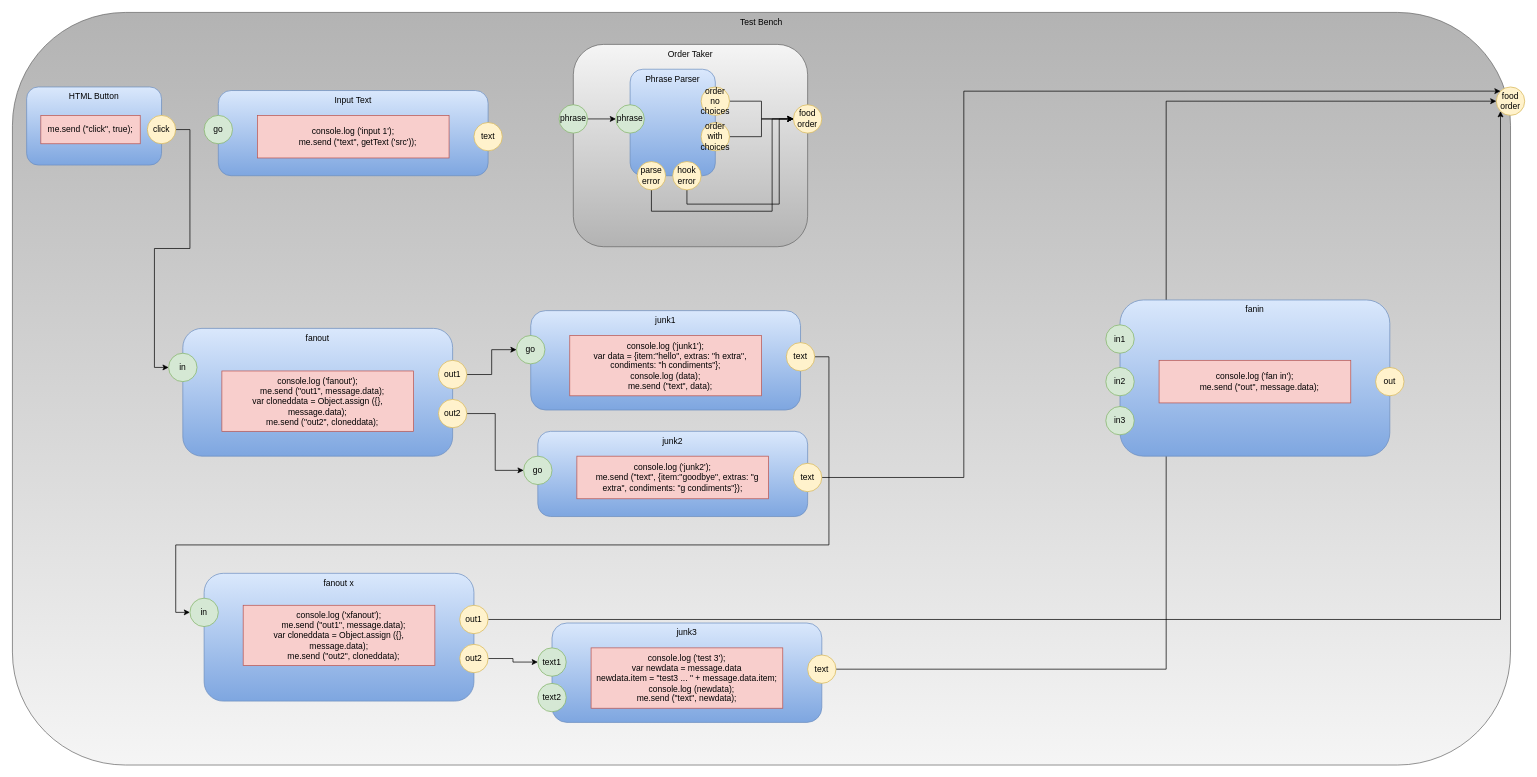
Before: testbench.drawio in guitarvydas/hamburgerworkbenchD0D, a draw.io diagram. Source tidied: cells renumbered, new cells numbered last; positions are measured from the earlier drawing's top-left corner, leaving out a move shared by most shapes. Both pictures are drawn from the tidied source at 71%, with x=0, y=0 at pixel (12, 12).
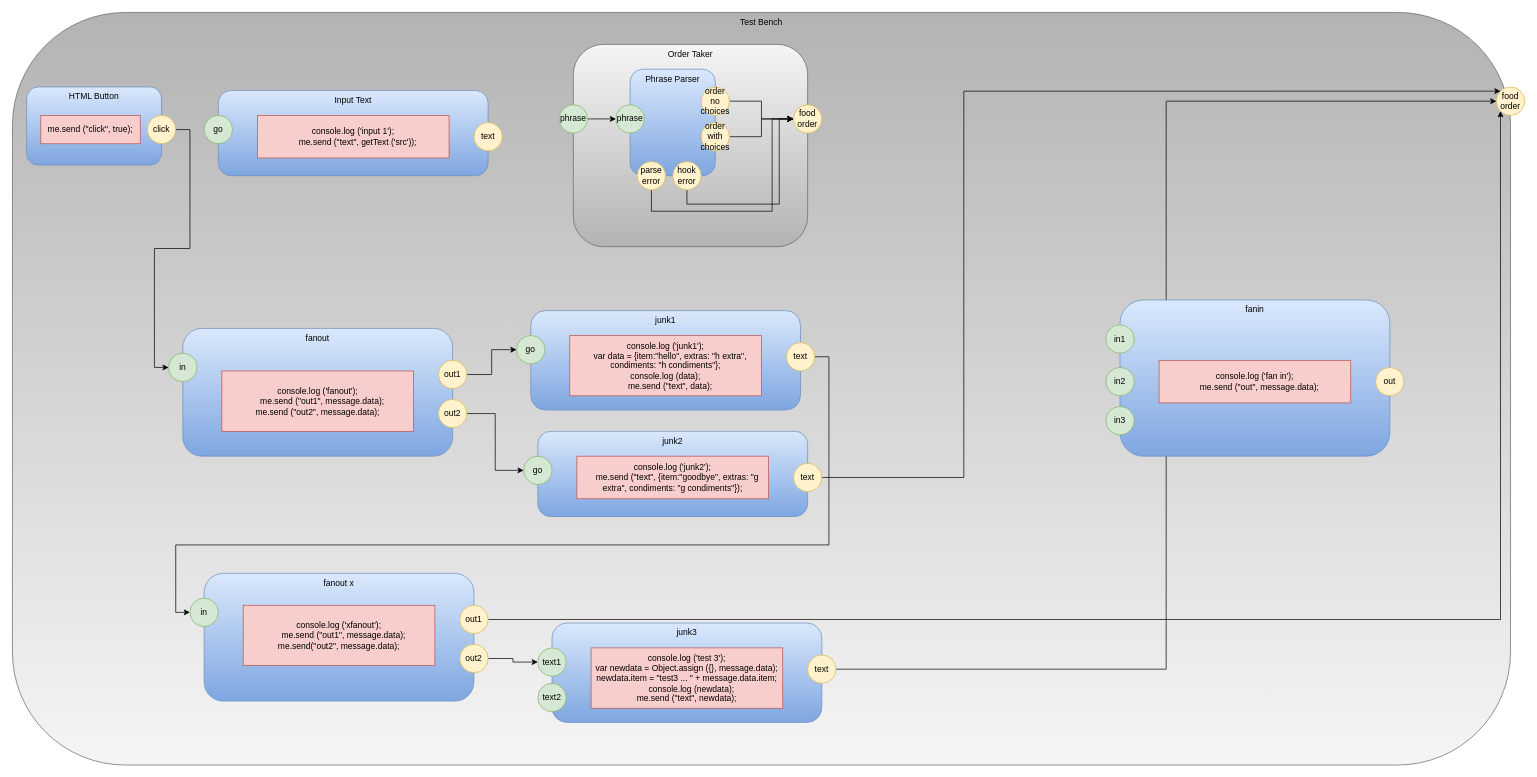
Above is the later version.

Commit message (it also covers changes not shown here):
Object.assign moved out of fanout into junk3

The edit, as a diff of the source:
```diff
@@
-    <mxCell id="40" value="&lt;div&gt;console.log ('test 3');&lt;/div&gt;&lt;div&gt;var newdata = message.data&lt;/div&gt;&lt;div&gt;newdata.item = &quot;test3 ... &quot; + message.data.item;&lt;/div&gt;&lt;div&gt;&amp;nbsp; &amp;nbsp; console.log (newdata);&lt;/div&gt;&lt;div&gt;me.send (&quot;text&quot;, newdata);&lt;/div&gt;" style="rounded=0;whiteSpace=wrap;html=1;fillColor=#f8cecc;strokeColor=#b85450;" parent="1" vertex="1">
+    <mxCell id="40" value="&lt;div&gt;console.log ('test 3');&lt;/div&gt;&lt;div&gt;var newdata = Object.assign ({}, message.data);&lt;/div&gt;&lt;div&gt;newdata.item = &quot;test3 ... &quot; + message.data.item;&lt;/div&gt;&lt;div&gt;&amp;nbsp; &amp;nbsp; console.log (newdata);&lt;/div&gt;&lt;div&gt;me.send (&quot;text&quot;, newdata);&lt;/div&gt;" style="rounded=0;whiteSpace=wrap;html=1;fillColor=#f8cecc;strokeColor=#b85450;" parent="1" vertex="1">
       <mxGeometry x="815" y="895" width="270" height="85" as="geometry" />
     </mxCell>
@@
-    <mxCell id="46" value="&lt;div&gt;console.log ('fanout');&lt;/div&gt;&lt;div&gt;&amp;nbsp; &amp;nbsp; me.send (&quot;out1&quot;, message.data);&lt;br&gt;&lt;/div&gt;&lt;div&gt;var cloneddata = Object.assign ({}, message.data);&lt;/div&gt;&lt;div&gt;&amp;nbsp; &amp;nbsp; me.send (&quot;out2&quot;, cloneddata);&lt;br&gt;&lt;/div&gt;" style="rounded=0;whiteSpace=wrap;html=1;fillColor=#f8cecc;strokeColor=#b85450;" parent="1" vertex="1">
+    <mxCell id="46" value="&lt;div&gt;console.log ('fanout');&lt;/div&gt;&lt;div&gt;&amp;nbsp; &amp;nbsp; me.send (&quot;out1&quot;, message.data);&lt;/div&gt;&lt;div&gt;me.send (&quot;out2&quot;, message.data);&lt;/div&gt;" style="rounded=0;whiteSpace=wrap;html=1;fillColor=#f8cecc;strokeColor=#b85450;" parent="1" vertex="1">
       <mxGeometry x="295" y="505" width="270" height="85" as="geometry" />
     </mxCell>
@@
-    <mxCell id="61" value="&lt;div&gt;console.log ('xfanout');&lt;/div&gt;&lt;div&gt;&amp;nbsp; &amp;nbsp; me.send (&quot;out1&quot;, message.data);&lt;br&gt;&lt;/div&gt;&lt;div&gt;var cloneddata = Object.assign ({}, message.data);&lt;/div&gt;&lt;div&gt;&amp;nbsp; &amp;nbsp; me.send (&quot;out2&quot;, cloneddata);&lt;br&gt;&lt;/div&gt;" style="rounded=0;whiteSpace=wrap;html=1;fillColor=#f8cecc;strokeColor=#b85450;" parent="1" vertex="1">
+    <mxCell id="61" value="&lt;div&gt;console.log ('xfanout');&lt;/div&gt;&lt;div&gt;&amp;nbsp; &amp;nbsp; me.send (&quot;out1&quot;, message.data);&lt;/div&gt;&lt;div&gt;me.send(&quot;out2&quot;, message.data);&lt;/div&gt;" style="rounded=0;whiteSpace=wrap;html=1;fillColor=#f8cecc;strokeColor=#b85450;" parent="1" vertex="1">
       <mxGeometry x="325" y="835" width="270" height="85" as="geometry" />
     </mxCell>
```
